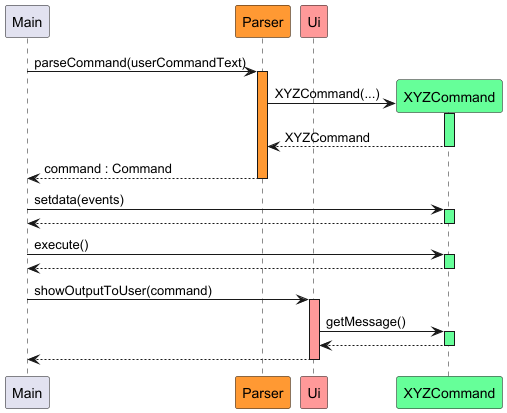
Above: docs/images/CommandSequenceDiagram.png in nus-cs2113-AY2425S1/tp (PlantUML), before the change. Source of this version:
```plantuml
@startuml
!include style.puml

participant "Main" as main
participant "Parser"  as parser PARSER_COLOUR
participant "Ui"  as ui UI_COLOUR
participant "XYZCommand" as xyzCommand COMMAND_COLOUR


main -> parser : parseCommand(userCommandText)
activate parser PARSER_COLOUR

create xyzCommand
parser -> xyzCommand : XYZCommand(...)
activate xyzCommand COMMAND_COLOUR
xyzCommand --> parser : XYZCommand
deactivate xyzCommand

parser --> main : command : Command
deactivate parser

main -> xyzCommand : setdata(events)
activate xyzCommand COMMAND_COLOUR
xyzCommand --> main
deactivate xyzCommand

main -> xyzCommand : execute()
activate xyzCommand COMMAND_COLOUR
xyzCommand --> main
deactivate xyzCommand

main -> ui : showOutputToUser(command)
activate ui UI_COLOUR

ui -> xyzCommand : getMessage()
activate xyzCommand COMMAND_COLOUR
xyzCommand --> ui
deactivate xyzCommand

ui --> main
deactivate ui
@enduml
```
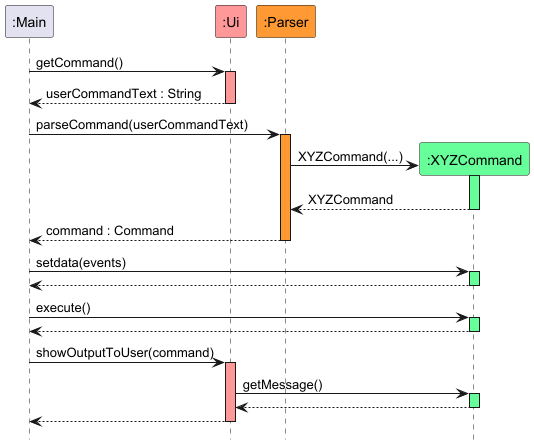
Above is the later version.

What changed in the source:
```diff
@@ -1,11 +1,16 @@
 @startuml
 !include style.puml
+hide footbox
 
-participant "Main" as main
-participant "Parser"  as parser PARSER_COLOUR
-participant "Ui"  as ui UI_COLOUR
-participant "XYZCommand" as xyzCommand COMMAND_COLOUR
+participant ":Main" as main
+participant ":Ui"  as ui UI_COLOUR
+participant ":Parser"  as parser PARSER_COLOUR
+participant ":XYZCommand" as xyzCommand COMMAND_COLOUR
 
+main -> ui : getCommand()
+activate ui UI_COLOUR
+
+return userCommandText : String
 
 main -> parser : parseCommand(userCommandText)
 activate parser PARSER_COLOUR
```
